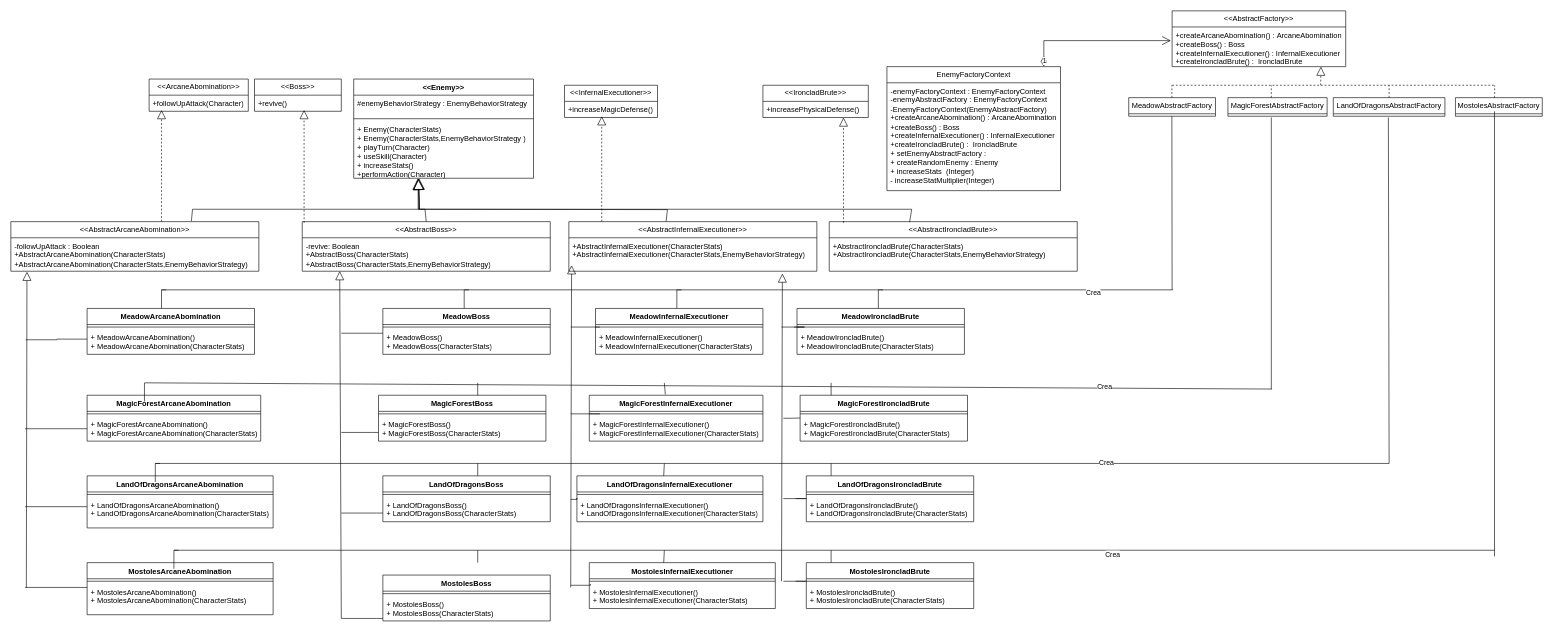
Before: UML/abstractFactoryUml.drawio in juanfelipe1104/proyectoFinalDise-oSoftware, a draw.io diagram. Source tidied: cells renumbered, new cells numbered last; positions are measured from the earlier drawing's top-left corner, leaving out a move shared by most shapes. Both pictures are drawn from the tidied source at 62%, with x=0, y=0 at pixel (11, 11).
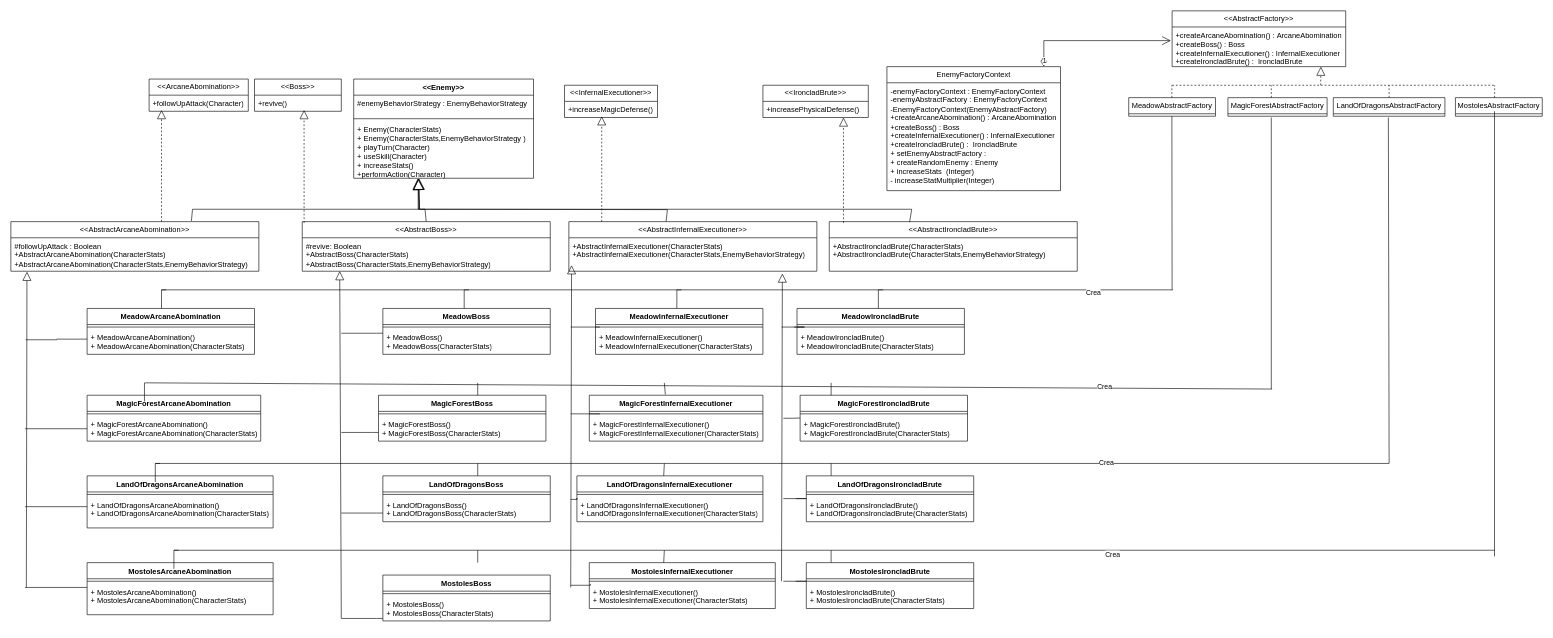
The same diagram, later.

Unchanged cells that the change refers to:
```xml
<mxCell id="101" value="&amp;lt;&amp;lt;AbstractBoss&amp;gt;&amp;gt;" style="swimlane;fontStyle=0;horizontal=1;startSize=26;fillColor=none;whiteSpace=wrap;html=1;" parent="1" vertex="1">
  <mxGeometry x="470" y="340" width="400" height="80" as="geometry" />
</mxCell>
```

The edit, as a diff of the source:
```diff
@@
-    <mxCell id="102" value="-revive: Boolean&lt;div&gt;+&lt;span style=&quot;text-align: center;&quot;&gt;AbstractBoss&lt;/span&gt;(CharacterStats)&lt;/div&gt;&lt;div&gt;&lt;div&gt;+&lt;span style=&quot;text-align: center;&quot;&gt;AbstractBoss&lt;/span&gt;(CharacterStats,EnemyBehaviorStrategy)&lt;/div&gt;&lt;/div&gt;&lt;div&gt;&lt;br&gt;&lt;/div&gt;" style="text;strokeColor=none;fillColor=none;align=left;verticalAlign=top;spacingLeft=4;spacingRight=4;overflow=hidden;points=[[0,0.5],[1,0.5]];portConstraint=eastwest;whiteSpace=wrap;html=1;" parent="101" vertex="1">
+    <mxCell id="102" value="#revive: Boolean&lt;div&gt;+&lt;span style=&quot;text-align: center;&quot;&gt;AbstractBoss&lt;/span&gt;(CharacterStats)&lt;/div&gt;&lt;div&gt;&lt;div&gt;+&lt;span style=&quot;text-align: center;&quot;&gt;AbstractBoss&lt;/span&gt;(CharacterStats,EnemyBehaviorStrategy)&lt;/div&gt;&lt;/div&gt;&lt;div&gt;&lt;br&gt;&lt;/div&gt;" style="text;strokeColor=none;fillColor=none;align=left;verticalAlign=top;spacingLeft=4;spacingRight=4;overflow=hidden;points=[[0,0.5],[1,0.5]];portConstraint=eastwest;whiteSpace=wrap;html=1;" parent="101" vertex="1">
       <mxGeometry y="26" width="400" height="54" as="geometry" />
     </mxCell>
@@
-    <mxCell id="108" value="-followUpAttack : Boolean&lt;div&gt;+AbstractArcaneAbomination(CharacterStats)&lt;/div&gt;&lt;div&gt;&lt;div&gt;+AbstractArcaneAbomination(CharacterStats,EnemyBehaviorStrategy)&lt;/div&gt;&lt;/div&gt;&lt;div&gt;&lt;br&gt;&lt;/div&gt;" style="text;strokeColor=none;fillColor=none;align=left;verticalAlign=top;spacingLeft=4;spacingRight=4;overflow=hidden;points=[[0,0.5],[1,0.5]];portConstraint=eastwest;whiteSpace=wrap;html=1;" parent="1" vertex="1">
+    <mxCell id="108" value="#followUpAttack : Boolean&lt;div&gt;+AbstractArcaneAbomination(CharacterStats)&lt;/div&gt;&lt;div&gt;&lt;div&gt;+AbstractArcaneAbomination(CharacterStats,EnemyBehaviorStrategy)&lt;/div&gt;&lt;/div&gt;&lt;div&gt;&lt;br&gt;&lt;/div&gt;" style="text;strokeColor=none;fillColor=none;align=left;verticalAlign=top;spacingLeft=4;spacingRight=4;overflow=hidden;points=[[0,0.5],[1,0.5]];portConstraint=eastwest;whiteSpace=wrap;html=1;" parent="1" vertex="1">
       <mxGeometry y="366" width="400" height="54" as="geometry" />
     </mxCell>
```
